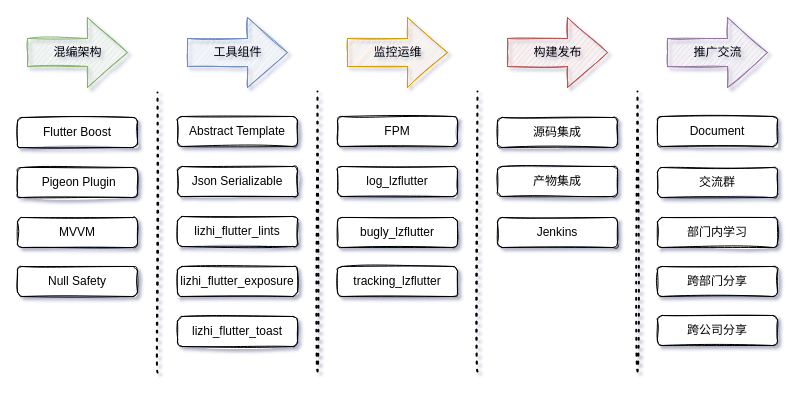
Earlier version of the draw.io diagram page "第 1 页" (1 of 5) of drawio/flutter.drawio (zhixinpeng/storage). Source tidied: cells renumbered, new cells numbered last; positions are measured from the earlier drawing's top-left corner, leaving out a move shared by most shapes. Both pictures are drawn from the tidied source at 100%, with x=0, y=0 at pixel (17, 17).
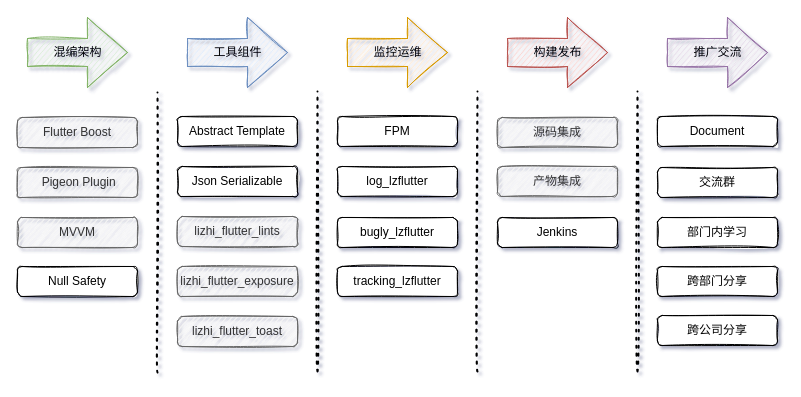
The same diagram, later.

What changed in the source:
```diff
@@
-    <mxCell id="7" value="Flutter Boost" style="rounded=1;whiteSpace=wrap;html=1;sketch=1;" parent="1" vertex="1">
+    <mxCell id="7" value="Flutter Boost" style="rounded=1;whiteSpace=wrap;html=1;sketch=1;fillColor=#f5f5f5;strokeColor=#666666;fontColor=#333333;" parent="1" vertex="1">
       <mxGeometry y="100" width="120" height="30" as="geometry" />
     </mxCell>
-    <mxCell id="8" value="MVVM" style="rounded=1;whiteSpace=wrap;html=1;sketch=1;" parent="1" vertex="1">
+    <mxCell id="8" value="MVVM" style="rounded=1;whiteSpace=wrap;html=1;sketch=1;fillColor=#f5f5f5;fontColor=#333333;strokeColor=#666666;" parent="1" vertex="1">
       <mxGeometry y="200" width="120" height="30" as="geometry" />
     </mxCell>
-    <mxCell id="9" value="&amp;nbsp;Pigeon Plugin" style="rounded=1;whiteSpace=wrap;html=1;sketch=1;" parent="1" vertex="1">
+    <mxCell id="9" value="&amp;nbsp;Pigeon Plugin" style="rounded=1;whiteSpace=wrap;html=1;sketch=1;fillColor=#f5f5f5;fontColor=#333333;strokeColor=#666666;" parent="1" vertex="1">
       <mxGeometry y="150" width="120" height="30" as="geometry" />
     </mxCell>
@@
-    <mxCell id="12" value="lizhi_flutter_lints" style="rounded=1;whiteSpace=wrap;html=1;sketch=1;" parent="1" vertex="1">
+    <mxCell id="12" value="lizhi_flutter_lints" style="rounded=1;whiteSpace=wrap;html=1;sketch=1;fillColor=#f5f5f5;fontColor=#333333;strokeColor=#666666;" parent="1" vertex="1">
       <mxGeometry x="160" y="199" width="120" height="30" as="geometry" />
     </mxCell>
-    <mxCell id="13" value="lizhi_flutter_exposure" style="rounded=1;whiteSpace=wrap;html=1;sketch=1;" parent="1" vertex="1">
+    <mxCell id="13" value="lizhi_flutter_exposure" style="rounded=1;whiteSpace=wrap;html=1;sketch=1;fillColor=#f5f5f5;fontColor=#333333;strokeColor=#666666;" parent="1" vertex="1">
       <mxGeometry x="160" y="249" width="120" height="30" as="geometry" />
     </mxCell>
-    <mxCell id="14" value="lizhi_flutter_toast" style="rounded=1;whiteSpace=wrap;html=1;sketch=1;" parent="1" vertex="1">
+    <mxCell id="14" value="lizhi_flutter_toast" style="rounded=1;whiteSpace=wrap;html=1;sketch=1;fillColor=#f5f5f5;fontColor=#333333;strokeColor=#666666;" parent="1" vertex="1">
       <mxGeometry x="160" y="299" width="120" height="30" as="geometry" />
     </mxCell>
@@
-    <mxCell id="19" value="源码集成" style="rounded=1;whiteSpace=wrap;html=1;sketch=1;" parent="1" vertex="1">
+    <mxCell id="19" value="源码集成" style="rounded=1;whiteSpace=wrap;html=1;sketch=1;fillColor=#f5f5f5;fontColor=#333333;strokeColor=#666666;" parent="1" vertex="1">
       <mxGeometry x="480" y="100" width="120" height="30" as="geometry" />
     </mxCell>
-    <mxCell id="20" value="产物集成" style="rounded=1;whiteSpace=wrap;html=1;sketch=1;" parent="1" vertex="1">
+    <mxCell id="20" value="产物集成" style="rounded=1;whiteSpace=wrap;html=1;sketch=1;fillColor=#f5f5f5;fontColor=#333333;strokeColor=#666666;" parent="1" vertex="1">
       <mxGeometry x="480" y="149" width="120" height="30" as="geometry" />
     </mxCell>
```
